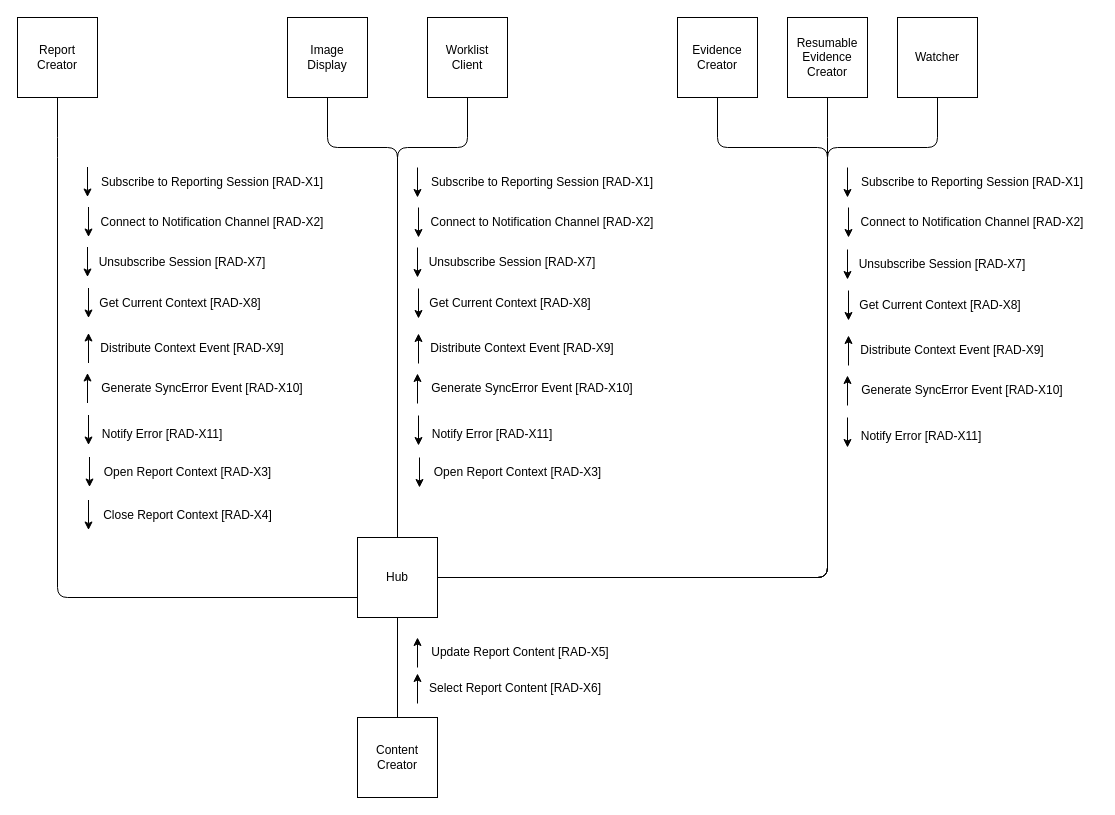
The draw.io diagram input/images-source/actor_transaction.drawio in IHE/RAD.IRA, before the edit. Source tidied: cells renumbered, new cells numbered last; positions are measured from the earlier drawing's top-left corner, leaving out a move shared by most shapes. Both pictures are drawn from the tidied source at 100%, with x=0, y=0 at pixel (17, 17).
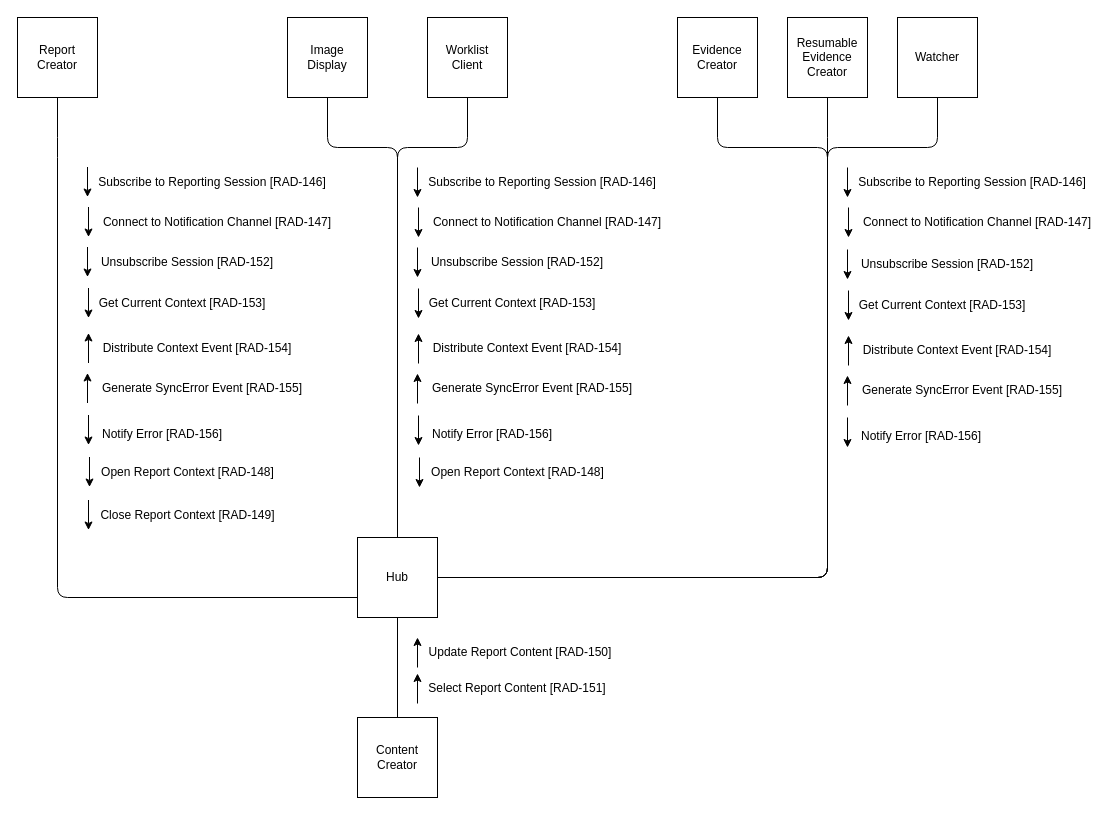
The same page after the edit.

Change to the diagram source:
```diff
@@
     <mxCell id="15" style="group;" parent="1" vertex="1">
-      <mxGeometry x="830" y="150" width="240" height="284" as="geometry" />
+      <mxGeometry x="830" y="150" width="250" height="284" as="geometry" />
     </mxCell>
-    <mxCell id="16" value="Notify Error [RAD-X11]" style="text;html=1;strokeColor=none;fillColor=none;align=center;verticalAlign=middle;whiteSpace=wrap;rounded=0;" parent="15" vertex="1">
+    <mxCell id="16" value="Notify Error [RAD-156]" style="text;html=1;strokeColor=none;fillColor=none;align=center;verticalAlign=middle;whiteSpace=wrap;rounded=0;" parent="15" vertex="1">
       <mxGeometry x="9" y="254" width="130" height="30" as="geometry" />
     </mxCell>
@@
-    <mxCell id="19" value="Subscribe to Reporting Session [RAD-X1]" style="text;html=1;strokeColor=none;fillColor=none;align=center;verticalAlign=middle;whiteSpace=wrap;rounded=0;" parent="15" vertex="1">
+    <mxCell id="19" value="Subscribe to Reporting Session [RAD-146]" style="text;html=1;strokeColor=none;fillColor=none;align=center;verticalAlign=middle;whiteSpace=wrap;rounded=0;" parent="15" vertex="1">
       <mxGeometry x="10" width="230" height="30" as="geometry" />
     </mxCell>
@@
-    <mxCell id="21" value="Distribute Context Event [RAD-X9]" style="text;html=1;strokeColor=none;fillColor=none;align=center;verticalAlign=middle;whiteSpace=wrap;rounded=0;" parent="15" vertex="1">
-      <mxGeometry x="10" y="168" width="190" height="30" as="geometry" />
+    <mxCell id="21" value="Distribute Context Event [RAD-154]" style="text;html=1;strokeColor=none;fillColor=none;align=center;verticalAlign=middle;whiteSpace=wrap;rounded=0;" parent="15" vertex="1">
+      <mxGeometry x="10" y="168" width="200" height="30" as="geometry" />
     </mxCell>
@@
-    <mxCell id="23" value="Connect to Notification Channel [RAD-X2]" style="text;html=1;strokeColor=none;fillColor=none;align=center;verticalAlign=middle;whiteSpace=wrap;rounded=0;" parent="15" vertex="1">
-      <mxGeometry x="10" y="40" width="230" height="30" as="geometry" />
+    <mxCell id="23" value="Connect to Notification Channel [RAD-147]" style="text;html=1;strokeColor=none;fillColor=none;align=center;verticalAlign=middle;whiteSpace=wrap;rounded=0;" parent="15" vertex="1">
+      <mxGeometry x="10" y="40" width="240" height="30" as="geometry" />
     </mxCell>
@@
-    <mxCell id="25" value="Get Current Context [RAD-X8]" style="text;html=1;strokeColor=none;fillColor=none;align=center;verticalAlign=middle;whiteSpace=wrap;rounded=0;" parent="15" vertex="1">
-      <mxGeometry x="10" y="123" width="166" height="30" as="geometry" />
+    <mxCell id="25" value="Get Current Context [RAD-153]" style="text;html=1;strokeColor=none;fillColor=none;align=center;verticalAlign=middle;whiteSpace=wrap;rounded=0;" parent="15" vertex="1">
+      <mxGeometry x="10" y="123" width="170" height="30" as="geometry" />
     </mxCell>
@@
-    <mxCell id="27" value="Generate SyncError Event [RAD-X10]" style="text;html=1;strokeColor=none;fillColor=none;align=center;verticalAlign=middle;whiteSpace=wrap;rounded=0;" parent="15" vertex="1">
+    <mxCell id="27" value="Generate SyncError Event [RAD-155]" style="text;html=1;strokeColor=none;fillColor=none;align=center;verticalAlign=middle;whiteSpace=wrap;rounded=0;" parent="15" vertex="1">
       <mxGeometry x="10" y="208" width="210" height="30" as="geometry" />
     </mxCell>
@@
-    <mxCell id="29" value="Unsubscribe Session [RAD-X7]" style="text;html=1;strokeColor=none;fillColor=none;align=center;verticalAlign=middle;whiteSpace=wrap;rounded=0;" parent="15" vertex="1">
-      <mxGeometry x="10" y="82" width="170" height="30" as="geometry" />
+    <mxCell id="29" value="Unsubscribe Session [RAD-152]" style="text;html=1;strokeColor=none;fillColor=none;align=center;verticalAlign=middle;whiteSpace=wrap;rounded=0;" parent="15" vertex="1">
+      <mxGeometry x="10" y="82" width="180" height="30" as="geometry" />
     </mxCell>
-    <mxCell id="30" value="Notify Error [RAD-X11]" style="text;html=1;strokeColor=none;fillColor=none;align=center;verticalAlign=middle;whiteSpace=wrap;rounded=0;" parent="1" vertex="1">
+    <mxCell id="30" value="Notify Error [RAD-156]" style="text;html=1;strokeColor=none;fillColor=none;align=center;verticalAlign=middle;whiteSpace=wrap;rounded=0;" parent="1" vertex="1">
       <mxGeometry x="410" y="402" width="130" height="30" as="geometry" />
     </mxCell>
@@
-    <mxCell id="32" value="Subscribe to Reporting Session [RAD-X1]" style="text;html=1;strokeColor=none;fillColor=none;align=center;verticalAlign=middle;whiteSpace=wrap;rounded=0;" parent="1" vertex="1">
+    <mxCell id="32" value="Subscribe to Reporting Session [RAD-146]" style="text;html=1;strokeColor=none;fillColor=none;align=center;verticalAlign=middle;whiteSpace=wrap;rounded=0;" parent="1" vertex="1">
       <mxGeometry x="410" y="150" width="230" height="30" as="geometry" />
     </mxCell>
@@
-    <mxCell id="34" value="Distribute Context Event [RAD-X9]" style="text;html=1;strokeColor=none;fillColor=none;align=center;verticalAlign=middle;whiteSpace=wrap;rounded=0;" parent="1" vertex="1">
-      <mxGeometry x="410" y="316" width="190" height="30" as="geometry" />
+    <mxCell id="34" value="Distribute Context Event [RAD-154]" style="text;html=1;strokeColor=none;fillColor=none;align=center;verticalAlign=middle;whiteSpace=wrap;rounded=0;" parent="1" vertex="1">
+      <mxGeometry x="410" y="316" width="200" height="30" as="geometry" />
     </mxCell>
@@
-    <mxCell id="36" value="Connect to Notification Channel [RAD-X2]" style="text;html=1;strokeColor=none;fillColor=none;align=center;verticalAlign=middle;whiteSpace=wrap;rounded=0;" parent="1" vertex="1">
-      <mxGeometry x="410" y="190" width="230" height="30" as="geometry" />
+    <mxCell id="36" value="Connect to Notification Channel [RAD-147]" style="text;html=1;strokeColor=none;fillColor=none;align=center;verticalAlign=middle;whiteSpace=wrap;rounded=0;" parent="1" vertex="1">
+      <mxGeometry x="410" y="190" width="240" height="30" as="geometry" />
     </mxCell>
@@
-    <mxCell id="38" value="Get Current Context [RAD-X8]" style="text;html=1;strokeColor=none;fillColor=none;align=center;verticalAlign=middle;whiteSpace=wrap;rounded=0;" parent="1" vertex="1">
-      <mxGeometry x="410" y="271" width="166" height="30" as="geometry" />
+    <mxCell id="38" value="Get Current Context [RAD-153]" style="text;html=1;strokeColor=none;fillColor=none;align=center;verticalAlign=middle;whiteSpace=wrap;rounded=0;" parent="1" vertex="1">
+      <mxGeometry x="410" y="271" width="170" height="30" as="geometry" />
     </mxCell>
@@
-    <mxCell id="40" value="Generate SyncError Event [RAD-X10]" style="text;html=1;strokeColor=none;fillColor=none;align=center;verticalAlign=middle;whiteSpace=wrap;rounded=0;" parent="1" vertex="1">
+    <mxCell id="40" value="Generate SyncError Event [RAD-155]" style="text;html=1;strokeColor=none;fillColor=none;align=center;verticalAlign=middle;whiteSpace=wrap;rounded=0;" parent="1" vertex="1">
       <mxGeometry x="410" y="356" width="210" height="30" as="geometry" />
     </mxCell>
@@
-    <mxCell id="42" value="Unsubscribe Session [RAD-X7]" style="text;html=1;strokeColor=none;fillColor=none;align=center;verticalAlign=middle;whiteSpace=wrap;rounded=0;" parent="1" vertex="1">
-      <mxGeometry x="410" y="230" width="170" height="30" as="geometry" />
+    <mxCell id="42" value="Unsubscribe Session [RAD-152]" style="text;html=1;strokeColor=none;fillColor=none;align=center;verticalAlign=middle;whiteSpace=wrap;rounded=0;" parent="1" vertex="1">
+      <mxGeometry x="410" y="230" width="180" height="30" as="geometry" />
     </mxCell>
@@
-    <mxCell id="44" value="Open Report Context [RAD-X3]" style="text;html=1;strokeColor=none;fillColor=none;align=center;verticalAlign=middle;whiteSpace=wrap;rounded=0;" parent="1" vertex="1">
+    <mxCell id="44" value="Open Report Context [RAD-148]" style="text;html=1;strokeColor=none;fillColor=none;align=center;verticalAlign=middle;whiteSpace=wrap;rounded=0;" parent="1" vertex="1">
       <mxGeometry x="411" y="440" width="179" height="30" as="geometry" />
     </mxCell>
@@
-    <mxCell id="46" value="Notify Error [RAD-X11]" style="text;html=1;strokeColor=none;fillColor=none;align=center;verticalAlign=middle;whiteSpace=wrap;rounded=0;" parent="1" vertex="1">
+    <mxCell id="46" value="Notify Error [RAD-156]" style="text;html=1;strokeColor=none;fillColor=none;align=center;verticalAlign=middle;whiteSpace=wrap;rounded=0;" parent="1" vertex="1">
       <mxGeometry x="80" y="401.5" width="130" height="30" as="geometry" />
     </mxCell>
@@
-    <mxCell id="48" value="Subscribe to Reporting Session [RAD-X1]" style="text;html=1;strokeColor=none;fillColor=none;align=center;verticalAlign=middle;whiteSpace=wrap;rounded=0;" parent="1" vertex="1">
+    <mxCell id="48" value="Subscribe to Reporting Session [RAD-146]" style="text;html=1;strokeColor=none;fillColor=none;align=center;verticalAlign=middle;whiteSpace=wrap;rounded=0;" parent="1" vertex="1">
       <mxGeometry x="80" y="149.5" width="230" height="30" as="geometry" />
     </mxCell>
@@
-    <mxCell id="50" value="Distribute Context Event [RAD-X9]" style="text;html=1;strokeColor=none;fillColor=none;align=center;verticalAlign=middle;whiteSpace=wrap;rounded=0;" parent="1" vertex="1">
-      <mxGeometry x="80" y="315.5" width="190" height="30" as="geometry" />
+    <mxCell id="50" value="Distribute Context Event [RAD-154]" style="text;html=1;strokeColor=none;fillColor=none;align=center;verticalAlign=middle;whiteSpace=wrap;rounded=0;" parent="1" vertex="1">
+      <mxGeometry x="80" y="315.5" width="200" height="30" as="geometry" />
     </mxCell>
@@
-    <mxCell id="52" value="Connect to Notification Channel [RAD-X2]" style="text;html=1;strokeColor=none;fillColor=none;align=center;verticalAlign=middle;whiteSpace=wrap;rounded=0;" parent="1" vertex="1">
-      <mxGeometry x="80" y="189.5" width="230" height="30" as="geometry" />
+    <mxCell id="52" value="Connect to Notification Channel [RAD-147]" style="text;html=1;strokeColor=none;fillColor=none;align=center;verticalAlign=middle;whiteSpace=wrap;rounded=0;" parent="1" vertex="1">
+      <mxGeometry x="80" y="189.5" width="240" height="30" as="geometry" />
     </mxCell>
@@
-    <mxCell id="54" value="Close Report Context [RAD-X4]" style="text;html=1;strokeColor=none;fillColor=none;align=center;verticalAlign=middle;whiteSpace=wrap;rounded=0;" parent="1" vertex="1">
+    <mxCell id="54" value="Close Report Context [RAD-149]" style="text;html=1;strokeColor=none;fillColor=none;align=center;verticalAlign=middle;whiteSpace=wrap;rounded=0;" parent="1" vertex="1">
       <mxGeometry x="81" y="482.5" width="179" height="30" as="geometry" />
     </mxCell>
@@
-    <mxCell id="56" value="Get Current Context [RAD-X8]" style="text;html=1;strokeColor=none;fillColor=none;align=center;verticalAlign=middle;whiteSpace=wrap;rounded=0;" parent="1" vertex="1">
-      <mxGeometry x="80" y="270.5" width="166" height="30" as="geometry" />
+    <mxCell id="56" value="Get Current Context [RAD-153]" style="text;html=1;strokeColor=none;fillColor=none;align=center;verticalAlign=middle;whiteSpace=wrap;rounded=0;" parent="1" vertex="1">
+      <mxGeometry x="80" y="270.5" width="170" height="30" as="geometry" />
     </mxCell>
@@
-    <mxCell id="58" value="Generate SyncError Event [RAD-X10]" style="text;html=1;strokeColor=none;fillColor=none;align=center;verticalAlign=middle;whiteSpace=wrap;rounded=0;" parent="1" vertex="1">
+    <mxCell id="58" value="Generate SyncError Event [RAD-155]" style="text;html=1;strokeColor=none;fillColor=none;align=center;verticalAlign=middle;whiteSpace=wrap;rounded=0;" parent="1" vertex="1">
       <mxGeometry x="80" y="355.5" width="210" height="30" as="geometry" />
     </mxCell>
@@
-    <mxCell id="60" value="Unsubscribe Session [RAD-X7]" style="text;html=1;strokeColor=none;fillColor=none;align=center;verticalAlign=middle;whiteSpace=wrap;rounded=0;" parent="1" vertex="1">
-      <mxGeometry x="80" y="229.5" width="170" height="30" as="geometry" />
+    <mxCell id="60" value="Unsubscribe Session [RAD-152]" style="text;html=1;strokeColor=none;fillColor=none;align=center;verticalAlign=middle;whiteSpace=wrap;rounded=0;" parent="1" vertex="1">
+      <mxGeometry x="80" y="229.5" width="180" height="30" as="geometry" />
     </mxCell>
@@
-    <mxCell id="62" value="Open Report Context [RAD-X3]" style="text;html=1;strokeColor=none;fillColor=none;align=center;verticalAlign=middle;whiteSpace=wrap;rounded=0;" parent="1" vertex="1">
+    <mxCell id="62" value="Open Report Context [RAD-148]" style="text;html=1;strokeColor=none;fillColor=none;align=center;verticalAlign=middle;whiteSpace=wrap;rounded=0;" parent="1" vertex="1">
       <mxGeometry x="81" y="439.5" width="179" height="30" as="geometry" />
     </mxCell>
@@
-    <mxCell id="65" value="Update Report Content [RAD-X5]" style="text;html=1;strokeColor=none;fillColor=none;align=center;verticalAlign=middle;whiteSpace=wrap;rounded=0;" parent="1" vertex="1">
+    <mxCell id="65" value="Update Report Content [RAD-150]" style="text;html=1;strokeColor=none;fillColor=none;align=center;verticalAlign=middle;whiteSpace=wrap;rounded=0;" parent="1" vertex="1">
       <mxGeometry x="410" y="620" width="186" height="30" as="geometry" />
     </mxCell>
@@
-    <mxCell id="67" value="Select Report Content [RAD-X6]" style="text;html=1;strokeColor=none;fillColor=none;align=center;verticalAlign=middle;whiteSpace=wrap;rounded=0;" parent="1" vertex="1">
-      <mxGeometry x="410" y="656" width="176" height="30" as="geometry" />
+    <mxCell id="67" value="Select Report Content [RAD-151]" style="text;html=1;strokeColor=none;fillColor=none;align=center;verticalAlign=middle;whiteSpace=wrap;rounded=0;" parent="1" vertex="1">
+      <mxGeometry x="410" y="656" width="180" height="30" as="geometry" />
     </mxCell>
```
